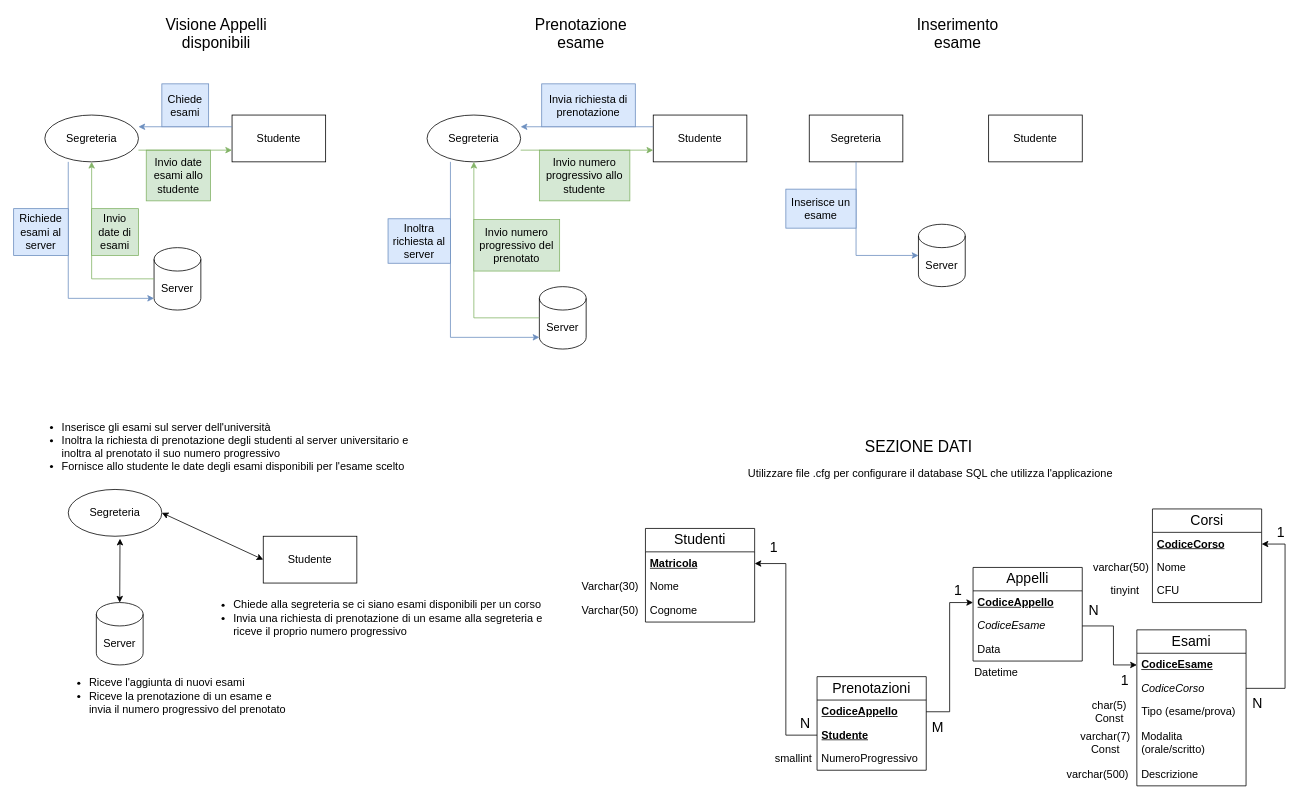
Before: documentazione/Architettura.drawio in NicolaPonticelli001/reti_di_calcolatori_gestionale_uni, a draw.io diagram. Source tidied: cells renumbered, new cells numbered last; positions are measured from the earlier drawing's top-left corner, leaving out a move shared by most shapes. Both pictures are drawn from the tidied source at 78%, with x=0, y=0 at pixel (13, 13).
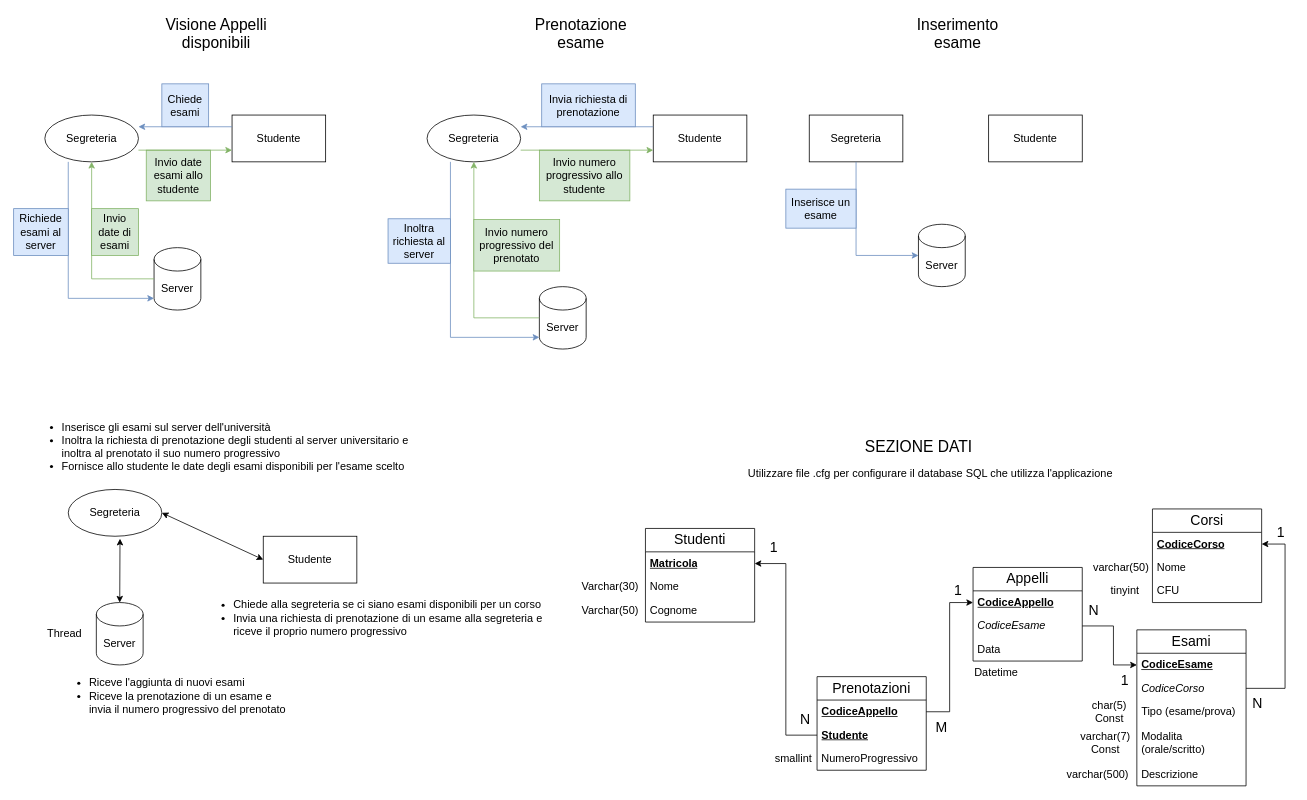
The same page after the edit.

Commit message:
Progettazione architettura - 2° revisione

Aggiornamenti grafici minori

The edit, as a diff of the source:
```diff
@@
     <mxCell id="69" value="N" style="text;html=1;strokeColor=none;fillColor=none;align=center;verticalAlign=middle;whiteSpace=wrap;rounded=0;fontSize=18;" parent="1" vertex="1">
-      <mxGeometry x="1000" y="895" width="30" height="30" as="geometry" />
+      <mxGeometry x="1000" y="890" width="30" height="30" as="geometry" />
     </mxCell>
@@
     <mxCell id="71" value="M" style="text;html=1;strokeColor=none;fillColor=none;align=center;verticalAlign=middle;whiteSpace=wrap;rounded=0;fontSize=18;" parent="1" vertex="1">
-      <mxGeometry x="1170" y="900" width="30" height="30" as="geometry" />
+      <mxGeometry x="1175" y="900" width="30" height="30" as="geometry" />
     </mxCell>
@@
+    <mxCell id="85" value="Thread" style="text;html=1;align=center;verticalAlign=middle;strokeColor=none;fillColor=none;fontSize=14;" parent="1" vertex="1">
+      <mxGeometry x="30" y="780" width="70" height="30" as="geometry" />
+    </mxCell>
```
